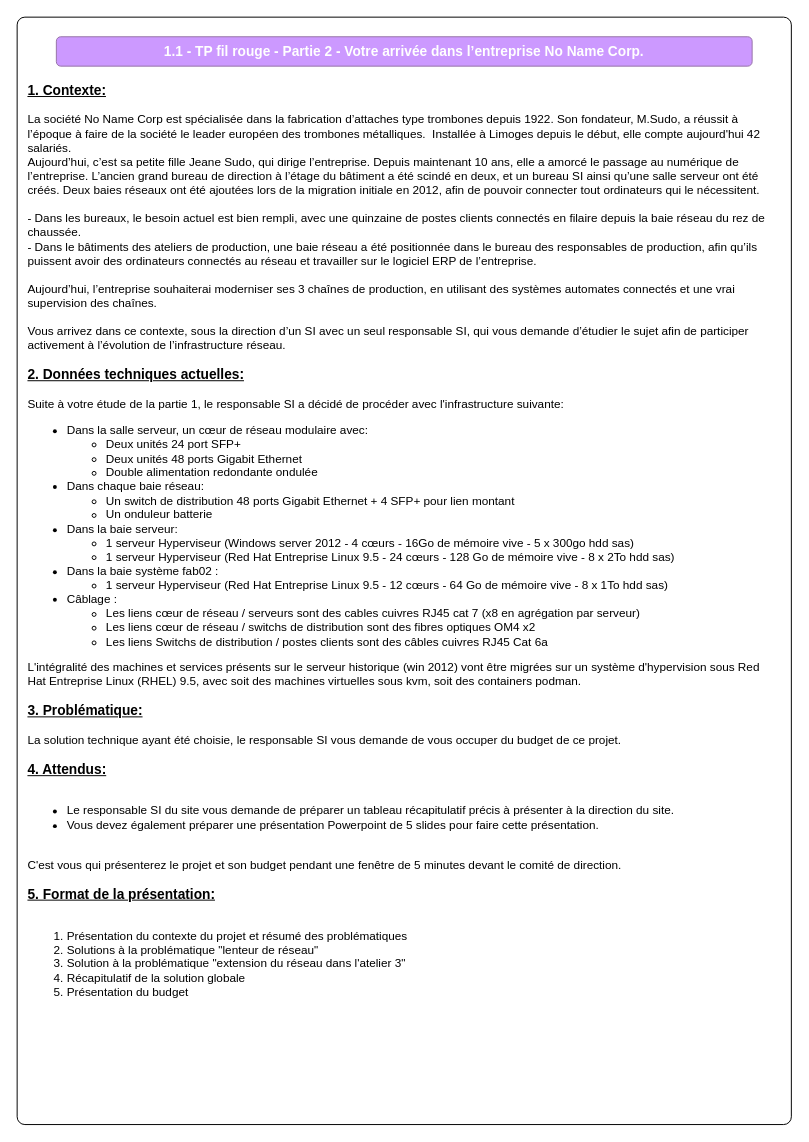
No-Name-Academy/Networking-for-noobs keeps this draw.io diagram as page "Sujet" (1 of 4) of 1-1-Materiel-physique/1.1-TP-part2.drawio. Above is the earlier version. Source tidied: cells renumbered, new cells numbered last; positions are measured from the earlier drawing's top-left corner, leaving out a move shared by most shapes. Both pictures are drawn from the tidied source at 98%, with x=0, y=0 at pixel (17, 17).
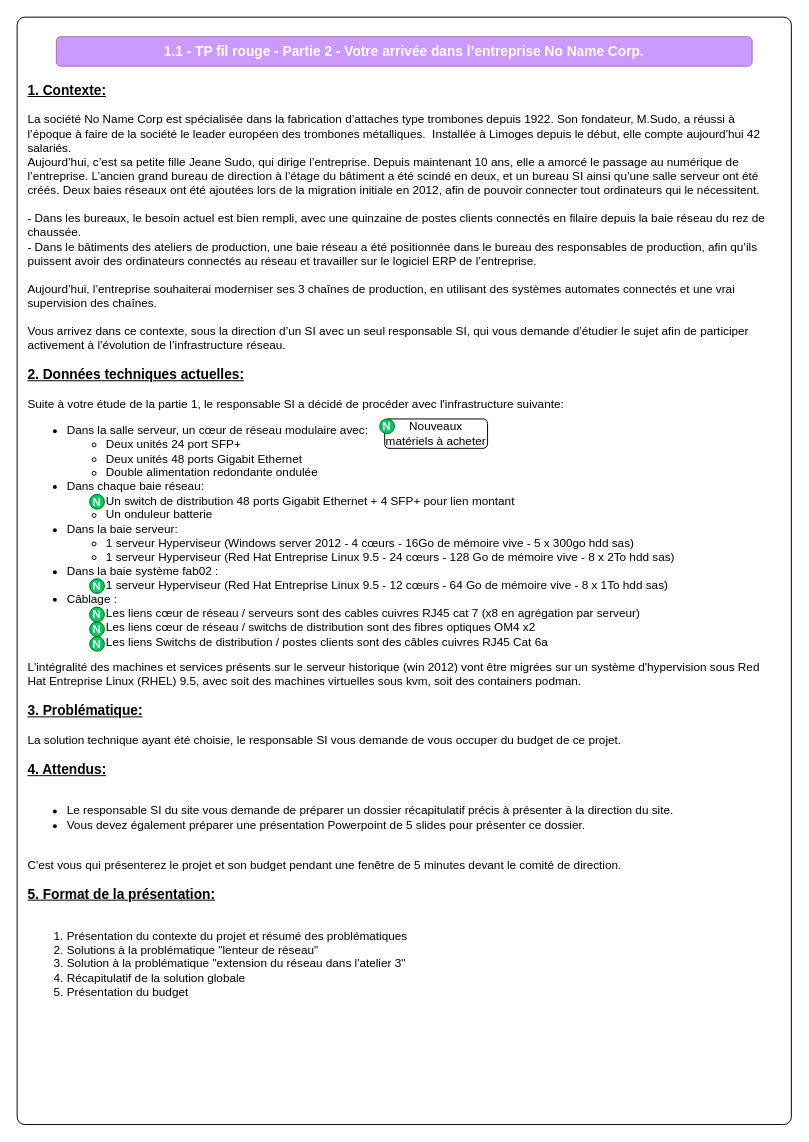
The same page after the edit.

Diff of the diagram source:
```diff
@@
 <mxGraphModel>
   <root>
     <mxCell id="0" />
     <mxCell id="1" parent="0" />
     <mxCell id="2" style="rounded=1;whiteSpace=wrap;html=1;arcSize=1;" parent="1" vertex="1">
       <mxGeometry width="790" height="1130" as="geometry" />
     </mxCell>
-    <mxCell id="3" value="&lt;b&gt;&lt;u&gt;&lt;font style=&quot;font-size: 14px;&quot;&gt;1. Contexte:&lt;/font&gt;&lt;/u&gt;&lt;/b&gt;&lt;div&gt;&lt;br&gt;&lt;/div&gt;&lt;div&gt;La société No Name Corp est spécialisée dans la fabrication d’attaches type trombones depuis 1922. Son fondateur, M.Sudo, a réussit à l’époque à faire de la société le leader européen des trombones métalliques.&amp;nbsp;&lt;span style=&quot;background-color: transparent; color: light-dark(rgb(0, 0, 0), rgb(255, 255, 255));&quot;&gt;&amp;nbsp;&lt;/span&gt;&lt;span style=&quot;background-color: transparent; color: light-dark(rgb(0, 0, 0), rgb(255, 255, 255));&quot;&gt;Installée à Limoges depuis le début, elle compte aujourd'hui 42 salariés.&lt;/span&gt;&lt;/div&gt;&lt;div&gt;Aujourd’hui, c’est sa petite fille Jeane Sudo, qui dirige l’entreprise.&amp;nbsp;&lt;span style=&quot;background-color: transparent; color: light-dark(rgb(0, 0, 0), rgb(255, 255, 255));&quot;&gt;Depuis maintenant 10 ans, elle a amorcé le passage au numérique de l’entreprise. L’ancien grand bureau de direction à l’étage du bâtiment a été scindé en deux, et un bureau SI ainsi qu’une salle serveur ont été créés. Deux baies réseaux ont été ajoutées lors de la migration initiale en 2012, afin de pouvoir connecter tout ordinateurs qui le nécessitent.&lt;/span&gt;&lt;/div&gt;&lt;div&gt;&lt;br&gt;&lt;/div&gt;&lt;div&gt;- Dans les bureaux, le besoin actuel est bien rempli, avec une quinzaine de postes clients connectés en filaire depuis la baie réseau du rez de chaussée.&lt;/div&gt;&lt;div&gt;- Dans le bâtiments des ateliers de production, une baie réseau a été positionnée dans le bureau des responsables de production, afin qu’ils puissent avoir des ordinateurs connectés au réseau et travailler sur le logiciel ERP de l’entreprise.&lt;br&gt;&lt;/div&gt;&lt;div&gt;&lt;br&gt;&lt;/div&gt;&lt;div&gt;Aujourd’hui, l’entreprise souhaiterai moderniser ses 3 chaînes de production, en utilisant des systèmes automates connectés et une vrai supervision des chaînes.&lt;/div&gt;&lt;div&gt;&lt;br&gt;&lt;/div&gt;&lt;div&gt;Vous arrivez dans ce contexte, sous la direction d’un SI avec un seul responsable SI, qui vous demande d’étudier le sujet afin de participer activement à l’évolution de l’infrastructure réseau.&lt;/div&gt;&lt;div&gt;&lt;br&gt;&lt;/div&gt;&lt;div&gt;&lt;b&gt;&lt;u&gt;&lt;font style=&quot;font-size: 14px;&quot;&gt;2. Données techniques actuelles:&lt;/font&gt;&lt;/u&gt;&lt;/b&gt;&lt;/div&gt;&lt;div&gt;&lt;br&gt;&lt;/div&gt;&lt;div&gt;Suite à votre étude de la partie 1, le responsable SI a décidé de procéder avec l'infrastructure suivante:&lt;/div&gt;&lt;div&gt;&lt;ul&gt;&lt;li&gt;Dans la salle serveur, un cœur de réseau modulaire avec:&lt;/li&gt;&lt;ul&gt;&lt;li&gt;Deux unités 24 port SFP+&lt;/li&gt;&lt;li&gt;Deux unités 48 ports Gigabit Ethernet&lt;/li&gt;&lt;li&gt;Double alimentation redondante ondulée&lt;/li&gt;&lt;/ul&gt;&lt;li&gt;Dans chaque baie réseau:&lt;/li&gt;&lt;ul&gt;&lt;li&gt;Un switch de distribution 48 ports Gigabit Ethernet + 4 SFP+ pour lien montant&lt;/li&gt;&lt;li&gt;Un onduleur batterie&lt;/li&gt;&lt;/ul&gt;&lt;li&gt;Dans la baie serveur:&lt;/li&gt;&lt;ul&gt;&lt;li&gt;1 serveur Hyperviseur (Windows server 2012 - 4 cœurs - 16Go de mémoire vive - 5 x 300go hdd sas)&lt;/li&gt;&lt;li&gt;1 serveur Hyperviseur (Red Hat Entreprise Linux 9.5 - 24 cœurs - 128 Go de mémoire vive - 8 x 2To hdd sas)&lt;/li&gt;&lt;/ul&gt;&lt;li&gt;Dans la baie système fab02 :&lt;/li&gt;&lt;ul&gt;&lt;li&gt;1 serveur Hyperviseur (Red Hat Entreprise Linux 9.5 - 12 cœurs - 64 Go de mémoire vive - 8 x 1To hdd sas)&lt;/li&gt;&lt;/ul&gt;&lt;li&gt;Câblage :&amp;nbsp;&lt;/li&gt;&lt;ul&gt;&lt;li&gt;Les liens cœur de réseau / serveurs sont des cables cuivres RJ45 cat 7 (x8 en agrégation par serveur)&lt;/li&gt;&lt;li&gt;Les liens cœur de réseau / switchs de distribution sont des fibres optiques OM4 x2&lt;/li&gt;&lt;li&gt;Les liens Switchs de distribution / postes clients sont des câbles cuivres RJ45 Cat 6a&lt;/li&gt;&lt;/ul&gt;&lt;/ul&gt;&lt;div&gt;L'intégralité des machines et services présents sur le serveur historique (win 2012) vont être migrées sur un système d'hypervision sous Red Hat Entreprise Linux (RHEL) 9.5, avec soit des machines virtuelles sous kvm, soit des containers podman.&lt;/div&gt;&lt;/div&gt;&lt;div&gt;&lt;br&gt;&lt;/div&gt;&lt;div&gt;&lt;b&gt;&lt;u&gt;&lt;font style=&quot;font-size: 14px;&quot;&gt;3. Problématique:&lt;/font&gt;&lt;/u&gt;&lt;/b&gt;&lt;/div&gt;&lt;div&gt;&lt;span style=&quot;background-color: transparent; color: light-dark(rgb(0, 0, 0), rgb(255, 255, 255));&quot;&gt;&lt;br&gt;&lt;/span&gt;&lt;/div&gt;&lt;div&gt;&lt;span style=&quot;background-color: transparent; color: light-dark(rgb(0, 0, 0), rgb(255, 255, 255));&quot;&gt;&lt;font&gt;La solution technique ayant été choisie, le responsable SI vous demande de vous occuper du budget de ce projet.&amp;nbsp;&lt;/font&gt;&lt;/span&gt;&lt;/div&gt;&lt;div&gt;&lt;span style=&quot;background-color: transparent; color: light-dark(rgb(0, 0, 0), rgb(255, 255, 255));&quot;&gt;&lt;font&gt;&lt;br&gt;&lt;/font&gt;&lt;/span&gt;&lt;/div&gt;&lt;div&gt;&lt;b&gt;&lt;u&gt;&lt;font style=&quot;font-size: 14px;&quot;&gt;4. Attendus:&lt;/font&gt;&lt;/u&gt;&lt;/b&gt;&lt;/div&gt;&lt;div&gt;&lt;br&gt;&lt;/div&gt;&lt;div&gt;&lt;ul&gt;&lt;li&gt;Le responsable SI du site vous demande de préparer un tableau récapitulatif précis à présenter à la direction du site.&lt;/li&gt;&lt;li&gt;Vous devez également préparer une présentation Powerpoint de 5 slides pour faire cette présentation.&lt;/li&gt;&lt;/ul&gt;&lt;/div&gt;&lt;div&gt;&lt;br&gt;&lt;/div&gt;&lt;div&gt;C'est vous qui présenterez le projet et son budget pendant une fenêtre de 5 minutes devant le comité de direction.&lt;/div&gt;&lt;div&gt;&lt;br&gt;&lt;/div&gt;&lt;div&gt;&lt;b&gt;&lt;u&gt;&lt;font style=&quot;font-size: 14px;&quot;&gt;5. Format de la présentation:&lt;/font&gt;&lt;/u&gt;&lt;/b&gt;&lt;/div&gt;&lt;div&gt;&lt;br&gt;&lt;/div&gt;&lt;div&gt;&lt;ol&gt;&lt;li&gt;Présentation du contexte du projet et résumé des problématiques&lt;/li&gt;&lt;li&gt;Solutions à la problématique &quot;lenteur de réseau&quot;&lt;/li&gt;&lt;li&gt;Solution à la problématique &quot;extension du réseau dans l'atelier 3&quot;&lt;/li&gt;&lt;li&gt;Récapitulatif de la solution globale&lt;/li&gt;&lt;li&gt;Présentation du budget&lt;/li&gt;&lt;/ol&gt;&lt;/div&gt;" style="text;html=1;align=left;verticalAlign=top;whiteSpace=wrap;rounded=0;" parent="1" vertex="1">
+    <mxCell id="3" value="&lt;b&gt;&lt;u&gt;&lt;font style=&quot;font-size: 14px;&quot;&gt;1. Contexte:&lt;/font&gt;&lt;/u&gt;&lt;/b&gt;&lt;div&gt;&lt;br&gt;&lt;/div&gt;&lt;div&gt;La société No Name Corp est spécialisée dans la fabrication d’attaches type trombones depuis 1922. Son fondateur, M.Sudo, a réussi à l’époque à faire de la société le leader européen des trombones métalliques.&amp;nbsp;&lt;span style=&quot;background-color: transparent; color: light-dark(rgb(0, 0, 0), rgb(255, 255, 255));&quot;&gt;&amp;nbsp;&lt;/span&gt;&lt;span style=&quot;background-color: transparent; color: light-dark(rgb(0, 0, 0), rgb(255, 255, 255));&quot;&gt;Installée à Limoges depuis le début, elle compte aujourd'hui 42 salariés.&lt;/span&gt;&lt;/div&gt;&lt;div&gt;Aujourd’hui, c’est sa petite fille Jeane Sudo, qui dirige l’entreprise.&amp;nbsp;&lt;span style=&quot;background-color: transparent; color: light-dark(rgb(0, 0, 0), rgb(255, 255, 255));&quot;&gt;Depuis maintenant 10 ans, elle a amorcé le passage au numérique de l’entreprise. L’ancien grand bureau de direction à l’étage du bâtiment a été scindé en deux, et un bureau SI ainsi qu’une salle serveur ont été créés. Deux baies réseaux ont été ajoutées lors de la migration initiale en 2012, afin de pouvoir connecter tout ordinateurs qui le nécessitent.&lt;/span&gt;&lt;/div&gt;&lt;div&gt;&lt;br&gt;&lt;/div&gt;&lt;div&gt;- Dans les bureaux, le besoin actuel est bien rempli, avec une quinzaine de postes clients connectés en filaire depuis la baie réseau du rez de chaussée.&lt;/div&gt;&lt;div&gt;- Dans le bâtiments des ateliers de production, une baie réseau a été positionnée dans le bureau des responsables de production, afin qu’ils puissent avoir des ordinateurs connectés au réseau et travailler sur le logiciel ERP de l’entreprise.&lt;br&gt;&lt;/div&gt;&lt;div&gt;&lt;br&gt;&lt;/div&gt;&lt;div&gt;Aujourd’hui, l’entreprise souhaiterai moderniser ses 3 chaînes de production, en utilisant des systèmes automates connectés et une vrai supervision des chaînes.&lt;/div&gt;&lt;div&gt;&lt;br&gt;&lt;/div&gt;&lt;div&gt;Vous arrivez dans ce contexte, sous la direction d’un SI avec un seul responsable SI, qui vous demande d’étudier le sujet afin de participer activement à l’évolution de l’infrastructure réseau.&lt;/div&gt;&lt;div&gt;&lt;br&gt;&lt;/div&gt;&lt;div&gt;&lt;b&gt;&lt;u&gt;&lt;font style=&quot;font-size: 14px;&quot;&gt;2. Données techniques actuelles:&lt;/font&gt;&lt;/u&gt;&lt;/b&gt;&lt;/div&gt;&lt;div&gt;&lt;br&gt;&lt;/div&gt;&lt;div&gt;Suite à votre étude de la partie 1, le responsable SI a décidé de procéder avec l'infrastructure suivante:&lt;/div&gt;&lt;div&gt;&lt;ul&gt;&lt;li&gt;Dans la salle serveur, un cœur de réseau modulaire avec:&lt;/li&gt;&lt;ul&gt;&lt;li&gt;Deux unités 24 port SFP+&lt;/li&gt;&lt;li&gt;Deux unités 48 ports Gigabit Ethernet&lt;/li&gt;&lt;li&gt;Double alimentation redondante ondulée&lt;/li&gt;&lt;/ul&gt;&lt;li&gt;Dans chaque baie réseau:&lt;/li&gt;&lt;ul&gt;&lt;li&gt;Un switch de distribution 48 ports Gigabit Ethernet + 4 SFP+ pour lien montant&lt;/li&gt;&lt;li&gt;Un onduleur batterie&lt;/li&gt;&lt;/ul&gt;&lt;li&gt;Dans la baie serveur:&lt;/li&gt;&lt;ul&gt;&lt;li&gt;1 serveur Hyperviseur (Windows server 2012 - 4 cœurs - 16Go de mémoire vive - 5 x 300go hdd sas)&lt;/li&gt;&lt;li&gt;1 serveur Hyperviseur (Red Hat Entreprise Linux 9.5 - 24 cœurs - 128 Go de mémoire vive - 8 x 2To hdd sas)&lt;/li&gt;&lt;/ul&gt;&lt;li&gt;Dans la baie système fab02 :&lt;/li&gt;&lt;ul&gt;&lt;li&gt;1 serveur Hyperviseur (Red Hat Entreprise Linux 9.5 - 12 cœurs - 64 Go de mémoire vive - 8 x 1To hdd sas)&lt;/li&gt;&lt;/ul&gt;&lt;li&gt;Câblage :&amp;nbsp;&lt;/li&gt;&lt;ul&gt;&lt;li&gt;Les liens cœur de réseau / serveurs sont des cables cuivres RJ45 cat 7 (x8 en agrégation par serveur)&lt;/li&gt;&lt;li&gt;Les liens cœur de réseau / switchs de distribution sont des fibres optiques OM4 x2&lt;/li&gt;&lt;li&gt;Les liens Switchs de distribution / postes clients sont des câbles cuivres RJ45 Cat 6a&lt;/li&gt;&lt;/ul&gt;&lt;/ul&gt;&lt;div&gt;L'intégralité des machines et services présents sur le serveur historique (win 2012) vont être migrées sur un système d'hypervision sous Red Hat Entreprise Linux (RHEL) 9.5, avec soit des machines virtuelles sous kvm, soit des containers podman.&lt;/div&gt;&lt;/div&gt;&lt;div&gt;&lt;br&gt;&lt;/div&gt;&lt;div&gt;&lt;b&gt;&lt;u&gt;&lt;font style=&quot;font-size: 14px;&quot;&gt;3. Problématique:&lt;/font&gt;&lt;/u&gt;&lt;/b&gt;&lt;/div&gt;&lt;div&gt;&lt;span style=&quot;background-color: transparent; color: light-dark(rgb(0, 0, 0), rgb(255, 255, 255));&quot;&gt;&lt;br&gt;&lt;/span&gt;&lt;/div&gt;&lt;div&gt;&lt;span style=&quot;background-color: transparent; color: light-dark(rgb(0, 0, 0), rgb(255, 255, 255));&quot;&gt;&lt;font&gt;La solution technique ayant été choisie, le responsable SI vous demande de vous occuper du budget de ce projet.&amp;nbsp;&lt;/font&gt;&lt;/span&gt;&lt;/div&gt;&lt;div&gt;&lt;span style=&quot;background-color: transparent; color: light-dark(rgb(0, 0, 0), rgb(255, 255, 255));&quot;&gt;&lt;font&gt;&lt;br&gt;&lt;/font&gt;&lt;/span&gt;&lt;/div&gt;&lt;div&gt;&lt;b&gt;&lt;u&gt;&lt;font style=&quot;font-size: 14px;&quot;&gt;4. Attendus:&lt;/font&gt;&lt;/u&gt;&lt;/b&gt;&lt;/div&gt;&lt;div&gt;&lt;br&gt;&lt;/div&gt;&lt;div&gt;&lt;ul&gt;&lt;li&gt;Le responsable SI du site vous demande de préparer un dossier récapitulatif précis à présenter à la direction du site.&lt;/li&gt;&lt;li&gt;Vous devez également préparer une présentation Powerpoint de 5 slides pour présenter ce dossier.&lt;/li&gt;&lt;/ul&gt;&lt;/div&gt;&lt;div&gt;&lt;br&gt;&lt;/div&gt;&lt;div&gt;C'est vous qui présenterez le projet et son budget pendant une fenêtre de 5 minutes devant le comité de direction.&lt;/div&gt;&lt;div&gt;&lt;br&gt;&lt;/div&gt;&lt;div&gt;&lt;b&gt;&lt;u&gt;&lt;font style=&quot;font-size: 14px;&quot;&gt;5. Format de la présentation:&lt;/font&gt;&lt;/u&gt;&lt;/b&gt;&lt;/div&gt;&lt;div&gt;&lt;br&gt;&lt;/div&gt;&lt;div&gt;&lt;ol&gt;&lt;li&gt;Présentation du contexte du projet et résumé des problématiques&lt;/li&gt;&lt;li&gt;Solutions à la problématique &quot;lenteur de réseau&quot;&lt;/li&gt;&lt;li&gt;Solution à la problématique &quot;extension du réseau dans l'atelier 3&quot;&lt;/li&gt;&lt;li&gt;Récapitulatif de la solution globale&lt;/li&gt;&lt;li&gt;Présentation du budget&lt;/li&gt;&lt;/ol&gt;&lt;/div&gt;" style="text;html=1;align=left;verticalAlign=top;whiteSpace=wrap;rounded=0;" parent="1" vertex="1">
       <mxGeometry x="9" y="60" width="770" height="1070" as="geometry" />
     </mxCell>
     <mxCell id="4" value="1.1 - TP fil rouge - Partie 2 - Votre arrivée dans l’entreprise No Name Corp." style="rounded=1;whiteSpace=wrap;html=1;fillColor=#CC99FF;strokeColor=#9673a6;fontColor=#FFFFFF;fontSize=14;fontStyle=1;" parent="1" vertex="1">
       <mxGeometry x="40" y="20" width="710" height="30" as="geometry" />
     </mxCell>
+    <mxCell id="5" value="N" style="ellipse;whiteSpace=wrap;html=1;fillColor=#00CC66;strokeColor=#006600;fontColor=#FFFFFF;fontStyle=1;rotation=0;" parent="1" vertex="1">
+      <mxGeometry x="74" y="487" width="15" height="15" as="geometry" />
+    </mxCell>
+    <mxCell id="6" value="N" style="ellipse;whiteSpace=wrap;html=1;fillColor=#00CC66;strokeColor=#006600;fontColor=#FFFFFF;fontStyle=1;rotation=0;" parent="1" vertex="1">
+      <mxGeometry x="74" y="573" width="15" height="15" as="geometry" />
+    </mxCell>
+    <mxCell id="7" value="N" style="ellipse;whiteSpace=wrap;html=1;fillColor=#00CC66;strokeColor=#006600;fontColor=#FFFFFF;fontStyle=1;rotation=0;" parent="1" vertex="1">
+      <mxGeometry x="74" y="602" width="15" height="15" as="geometry" />
+    </mxCell>
+    <mxCell id="8" value="N" style="ellipse;whiteSpace=wrap;html=1;fillColor=#00CC66;strokeColor=#006600;fontColor=#FFFFFF;fontStyle=1;rotation=0;" parent="1" vertex="1">
+      <mxGeometry x="74" y="617" width="15" height="15" as="geometry" />
+    </mxCell>
+    <mxCell id="9" value="N" style="ellipse;whiteSpace=wrap;html=1;fillColor=#00CC66;strokeColor=#006600;fontColor=#FFFFFF;fontStyle=1;rotation=0;" parent="1" vertex="1">
+      <mxGeometry x="74" y="632" width="15" height="15" as="geometry" />
+    </mxCell>
+    <mxCell id="10" style="group;" parent="1" vertex="1">
+      <mxGeometry x="370" y="410" width="110" height="30" as="geometry" />
+    </mxCell>
+    <mxCell id="11" value="Nouveaux matériels à acheter" style="rounded=1;whiteSpace=wrap;html=1;" parent="10" vertex="1">
+      <mxGeometry x="5" width="105" height="30" as="geometry" />
+    </mxCell>
+    <mxCell id="12" value="N" style="ellipse;whiteSpace=wrap;html=1;fillColor=#00CC66;strokeColor=#006600;fontColor=#FFFFFF;fontStyle=1;rotation=0;" parent="10" vertex="1">
+      <mxGeometry width="15" height="15" as="geometry" />
+    </mxCell>
   </root>
 </mxGraphModel>
```
